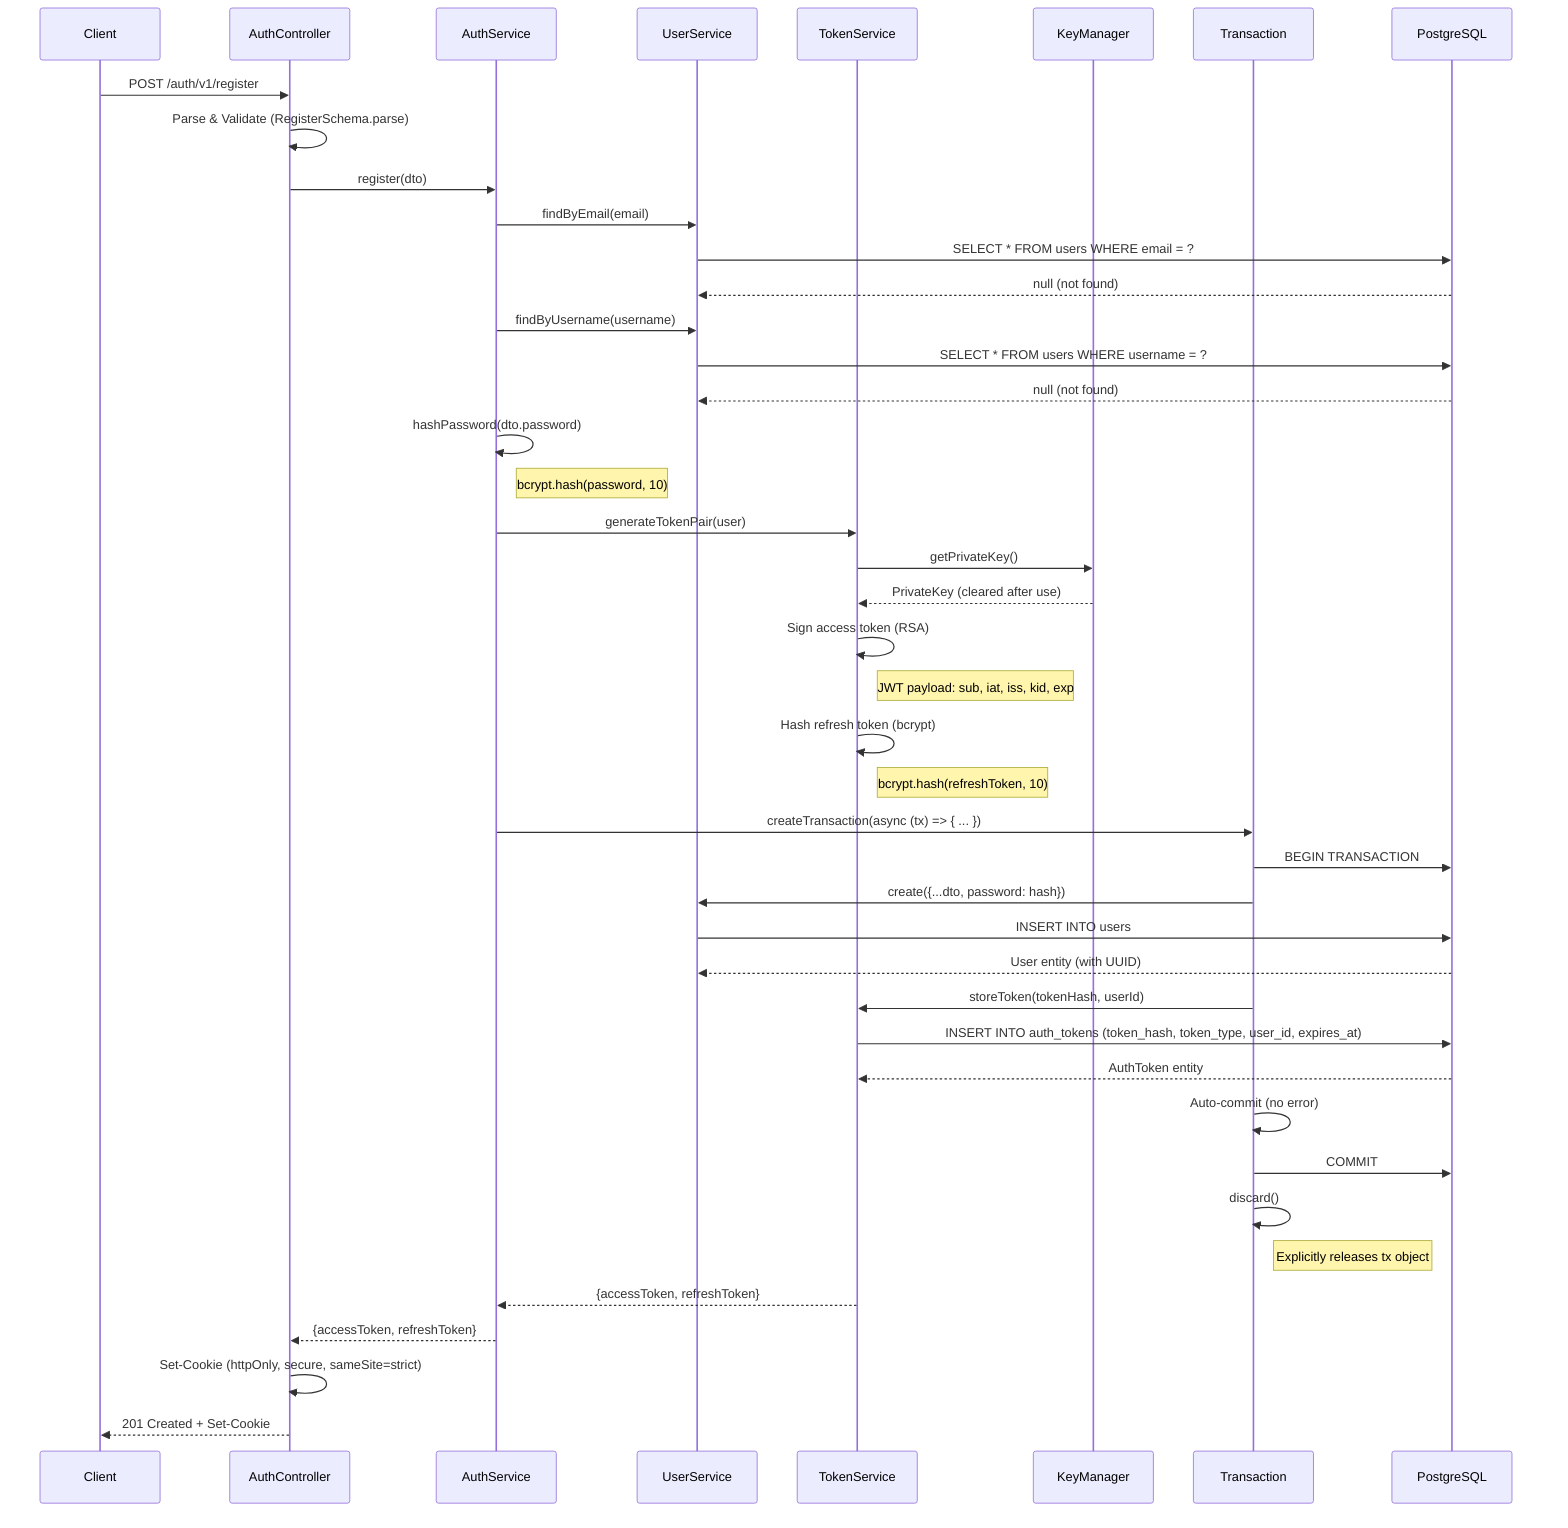
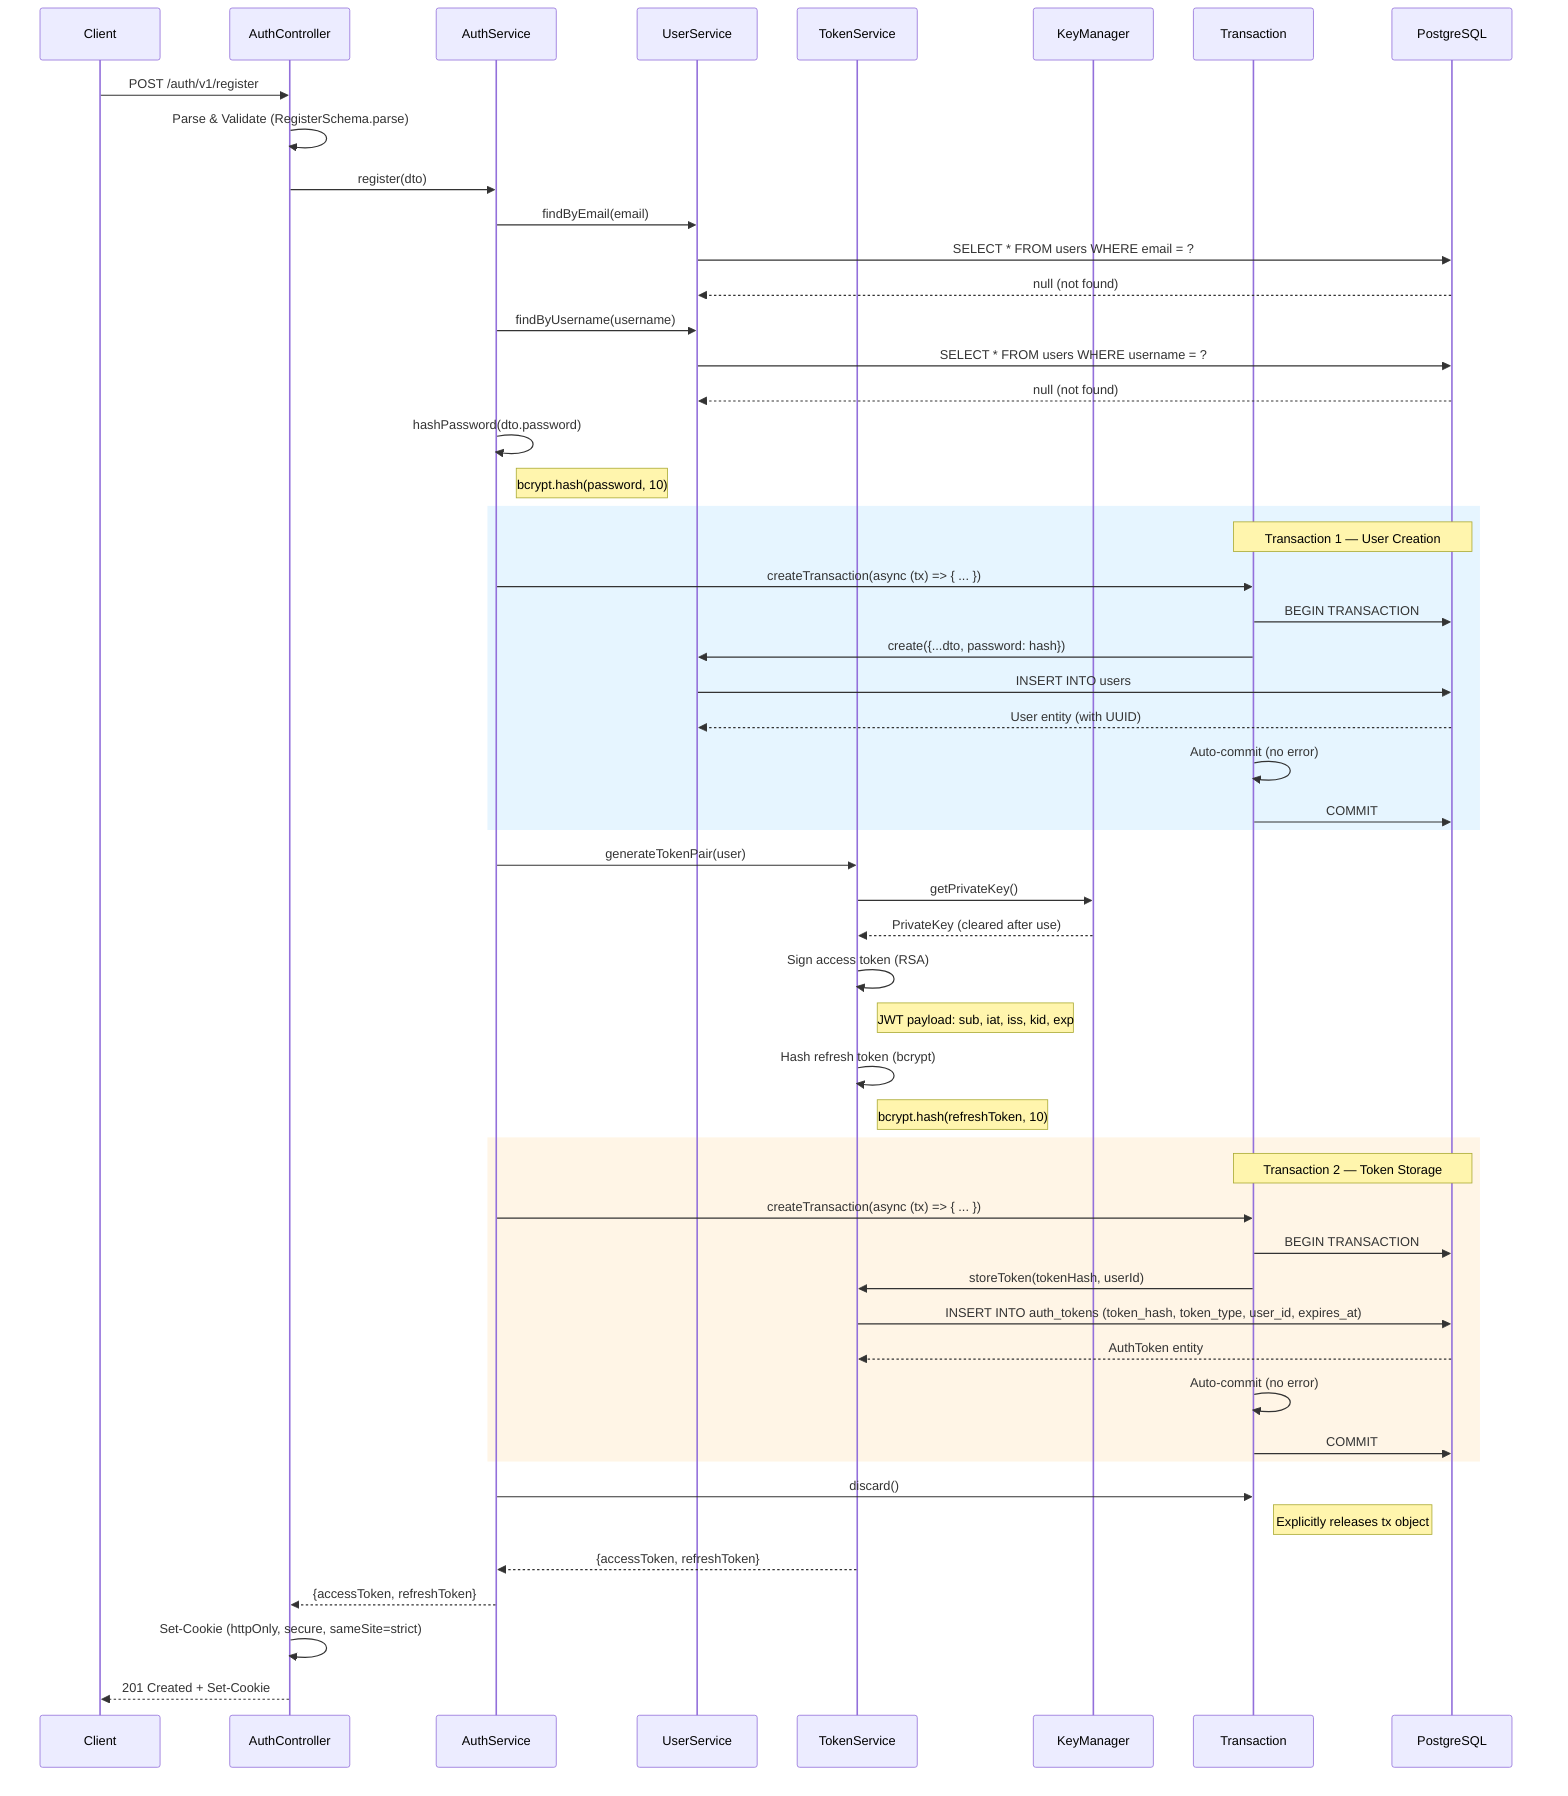
%% User Registration Sequence
%% Maps to: FR-1, FR-5, FR-13
- %% Transaction ownership: createTransaction(callback) pattern
+ %% Two separate transactions: user creation, then token storage

sequenceDiagram
    participant Client
    participant AuthController
    participant AuthService
    participant UserService
    participant TokenService
    participant KeyManager
    participant Transaction
    participant PostgreSQL

    Client->>AuthController: POST /auth/v1/register
    AuthController->>AuthController: Parse & Validate (RegisterSchema.parse)

    AuthController->>AuthService: register(dto)
    AuthService->>UserService: findByEmail(email)
    UserService->>PostgreSQL: SELECT * FROM users WHERE email = ?
    PostgreSQL-->>UserService: null (not found)

    AuthService->>UserService: findByUsername(username)
    UserService->>PostgreSQL: SELECT * FROM users WHERE username = ?
    PostgreSQL-->>UserService: null (not found)

    AuthService->>AuthService: hashPassword(dto.password)
    Note right of AuthService: bcrypt.hash(password, 10)

+     rect rgb(230, 245, 255)
+         Note over Transaction,PostgreSQL: Transaction 1 — User Creation
+         AuthService->>Transaction: createTransaction(async (tx) => { ... })
+         Transaction->>PostgreSQL: BEGIN TRANSACTION
+         Transaction->>UserService: create({...dto, password: hash})
+         UserService->>PostgreSQL: INSERT INTO users
+         PostgreSQL-->>UserService: User entity (with UUID)
+         Transaction->>Transaction: Auto-commit (no error)
+         Transaction->>PostgreSQL: COMMIT
+     end
+ 
    AuthService->>TokenService: generateTokenPair(user)
    TokenService->>KeyManager: getPrivateKey()
    KeyManager-->>TokenService: PrivateKey (cleared after use)

    TokenService->>TokenService: Sign access token (RSA)
    Note right of TokenService: JWT payload: sub, iat, iss, kid, exp

    TokenService->>TokenService: Hash refresh token (bcrypt)
    Note right of TokenService: bcrypt.hash(refreshToken, 10)

-     AuthService->>Transaction: createTransaction(async (tx) => { ... })
-     Transaction->>PostgreSQL: BEGIN TRANSACTION
+     rect rgb(255, 245, 230)
+         Note over Transaction,PostgreSQL: Transaction 2 — Token Storage
+         AuthService->>Transaction: createTransaction(async (tx) => { ... })
+         Transaction->>PostgreSQL: BEGIN TRANSACTION
+         Transaction->>TokenService: storeToken(tokenHash, userId)
+         TokenService->>PostgreSQL: INSERT INTO auth_tokens (token_hash, token_type, user_id, expires_at)
+         PostgreSQL-->>TokenService: AuthToken entity
+         Transaction->>Transaction: Auto-commit (no error)
+         Transaction->>PostgreSQL: COMMIT
+     end

-     Transaction->>UserService: create({...dto, password: hash})
-     UserService->>PostgreSQL: INSERT INTO users
-     PostgreSQL-->>UserService: User entity (with UUID)
- 
-     Transaction->>TokenService: storeToken(tokenHash, userId)
-     TokenService->>PostgreSQL: INSERT INTO auth_tokens (token_hash, token_type, user_id, expires_at)
-     PostgreSQL-->>TokenService: AuthToken entity
- 
-     Transaction->>Transaction: Auto-commit (no error)
-     Transaction->>PostgreSQL: COMMIT
-     Transaction->>Transaction: discard()
+     AuthService->>Transaction: discard()
    Note right of Transaction: Explicitly releases tx object

    TokenService-->>AuthService: {accessToken, refreshToken}
    AuthService-->>AuthController: {accessToken, refreshToken}

    AuthController->>AuthController: Set-Cookie (httpOnly, secure, sameSite=strict)
    AuthController-->>Client: 201 Created + Set-Cookie
